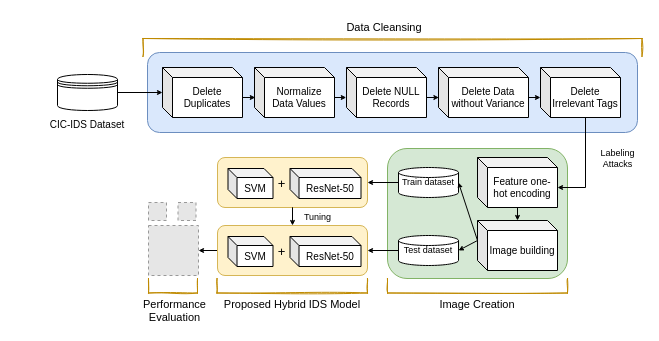
Above: page "IDS-Paper" (1 of 3) of IDS_Neural_Network.drawio in caprivm/thesis_msc (draw.io), before the change. Source tidied: cells renumbered, new cells numbered last; positions are measured from the earlier drawing's top-left corner, leaving out a move shared by most shapes. Both pictures are drawn from the tidied source at 100%, with x=0, y=0 at pixel (47, 17). Pictures stored in the file or linked from it are replaced by grey dashed boxes.
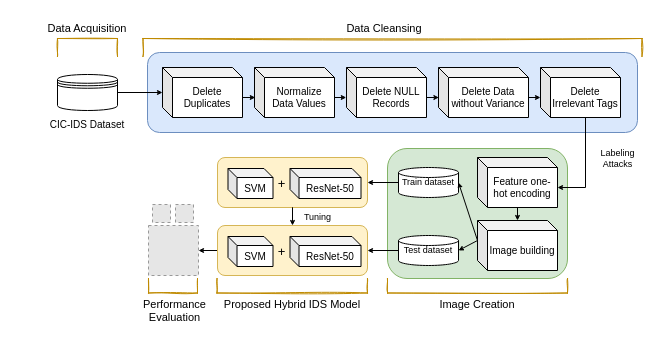
After the change.

Change to the diagram source:
```diff
@@
     <mxCell id="7" value="Data Cleansing" style="text;html=1;strokeColor=none;fillColor=none;align=center;verticalAlign=middle;whiteSpace=wrap;rounded=0;fontStyle=0;fontSize=11;" parent="1" vertex="1">
-      <mxGeometry x="267" width="140" height="20" as="geometry" />
+      <mxGeometry x="267" y="1" width="140" height="20" as="geometry" />
     </mxCell>
@@
     <mxCell id="42" style="fillColor=#E6E6E6;strokeColor=#999999;dashed=1;html=1;verticalAlign=top;verticalLabelPosition=bottom;labelBackgroundColor=#ffffff;fontSize=13;" parent="1" vertex="1">
-      <mxGeometry x="101" y="185" width="18" height="18" as="geometry" />
+      <mxGeometry x="128" y="187" width="18" height="18" as="geometry" />
     </mxCell>
     <mxCell id="43" style="fillColor=#E6E6E6;strokeColor=#999999;dashed=1;html=1;verticalAlign=top;verticalLabelPosition=bottom;labelBackgroundColor=#ffffff;fontSize=13;" parent="1" vertex="1">
-      <mxGeometry x="130.5" y="185" width="18" height="18" as="geometry" />
+      <mxGeometry x="105" y="187" width="18" height="18" as="geometry" />
     </mxCell>
@@
+    <mxCell id="47" style="shape=partialRectangle;whiteSpace=wrap;html=1;bottom=1;right=1;left=1;top=0;fillColor=none;routingCenterX=-0.5;rounded=0;shadow=0;glass=0;labelBackgroundColor=none;sketch=1;fontFamily=Helvetica;fontSize=11;strokeColor=#BF8A00;direction=west;fontColor=default;" parent="1" vertex="1">
+      <mxGeometry x="10" y="21" width="60" height="18" as="geometry" />
+    </mxCell>
+    <mxCell id="48" value="Data Acquisition" style="text;html=1;strokeColor=none;fillColor=none;align=center;verticalAlign=middle;whiteSpace=wrap;rounded=0;fontStyle=0;fontSize=11;" parent="1" vertex="1">
+      <mxGeometry x="-30" y="1" width="140" height="20" as="geometry" />
+    </mxCell>
```
